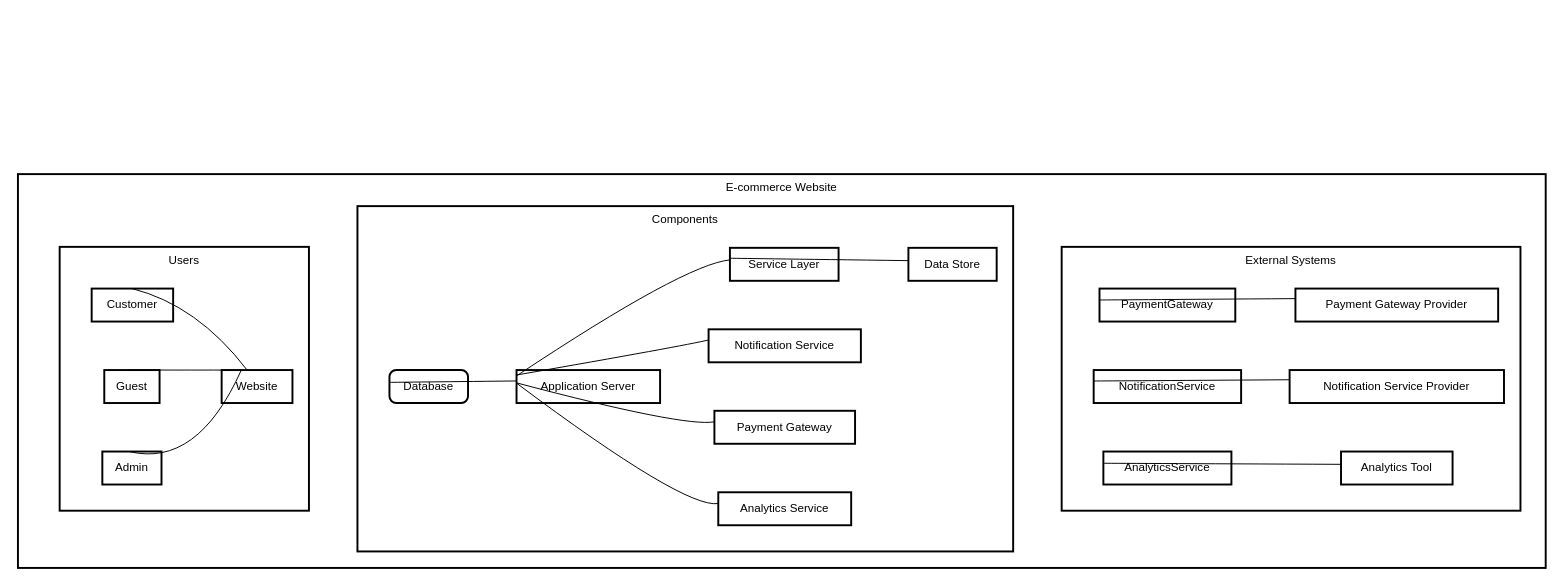
Before: Untitled Diagram.drawio in amarpreetbhatia/system-drawings, a draw.io diagram. Source tidied: cells renumbered, new cells numbered last; positions are measured from the earlier drawing's top-left corner, leaving out a move shared by most shapes. Both pictures are drawn from the tidied source at 97%, with x=0, y=0 at pixel (17, 174).
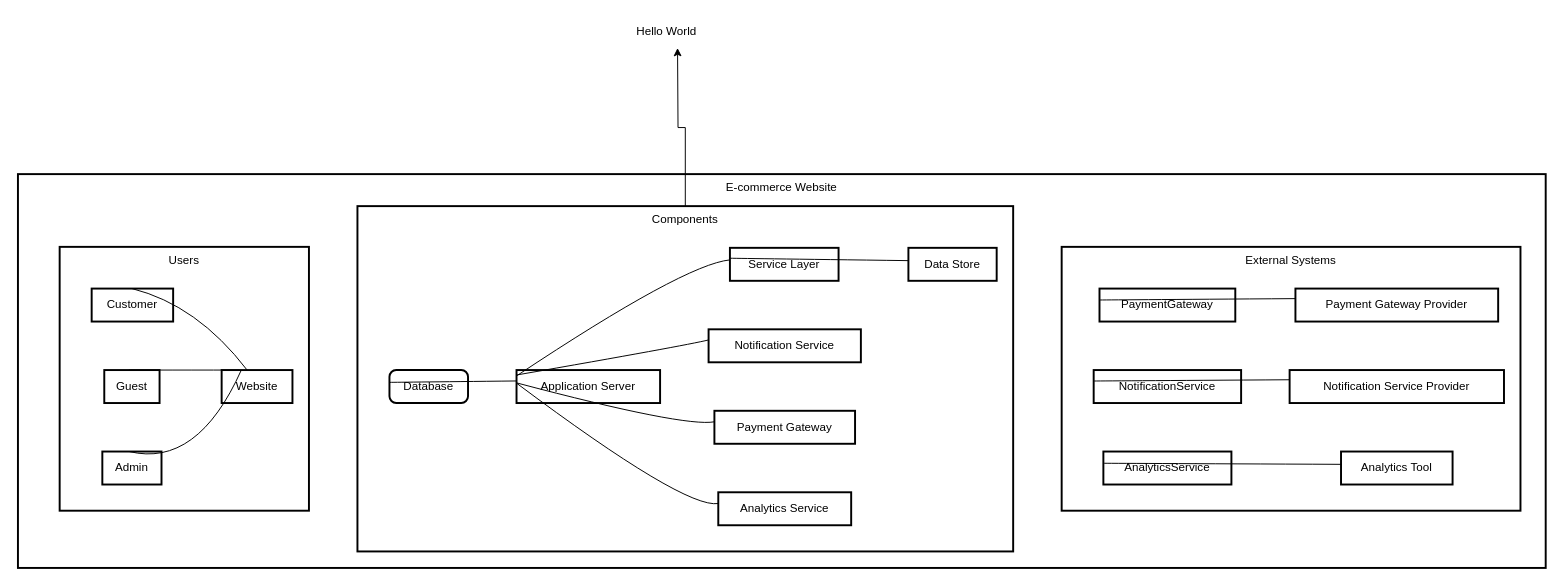
After the change.

Commit message:
Basic E-commerce-System

The change refers to these unchanged cells:
```xml
<mxCell id="2" value="E-commerce Website" style="whiteSpace=wrap;strokeWidth=2;verticalAlign=top;" parent="1" vertex="1">
  <mxGeometry width="1575" height="406" as="geometry" />
</mxCell>
<mxCell id="11" value="Components" style="whiteSpace=wrap;strokeWidth=2;verticalAlign=top;" parent="2" vertex="1">
  <mxGeometry x="350" y="33" width="676" height="356" as="geometry" />
</mxCell>
```

Change to the diagram source:
```diff
@@
+    <mxCell id="35" style="edgeStyle=orthogonalEdgeStyle;rounded=0;jettySize=auto;html=1;exitX=0.5;exitY=0;exitDx=0;exitDy=0;" parent="2" edge="1" source="11">
+      <mxGeometry relative="1" as="geometry">
+        <mxPoint x="680" y="-130" as="targetPoint" />
+      </mxGeometry>
+    </mxCell>
@@
+    <mxCell id="36" value="Hello World&amp;nbsp;" style="text;html=1;align=center;verticalAlign=middle;strokeColor=none;fillColor=none;" parent="1" vertex="1">
+      <mxGeometry x="625" y="-162" width="90" height="30" as="geometry" />
+    </mxCell>
```
